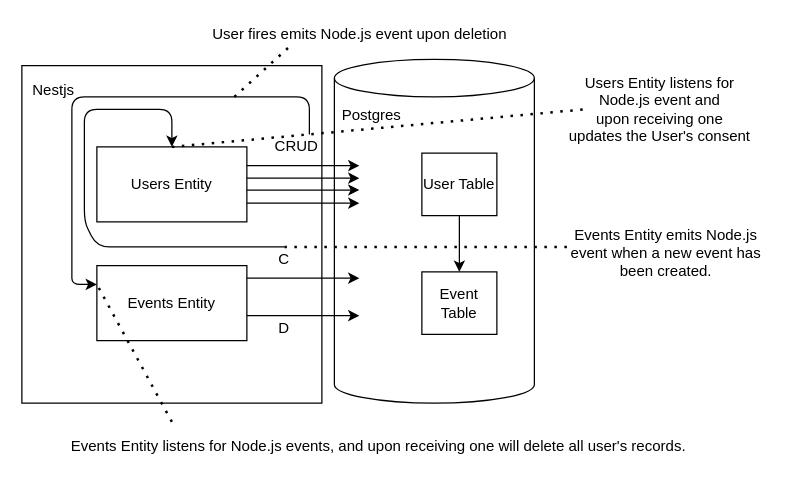
Above: diagrams/system-architecture.drawio in davidmaceachern/consents-api (draw.io), before the change. Source tidied: cells renumbered, new cells numbered last; positions are measured from the earlier drawing's top-left corner, leaving out a move shared by most shapes. Both pictures are drawn from the tidied source at 125%, with x=0, y=0 at pixel (21, 21).
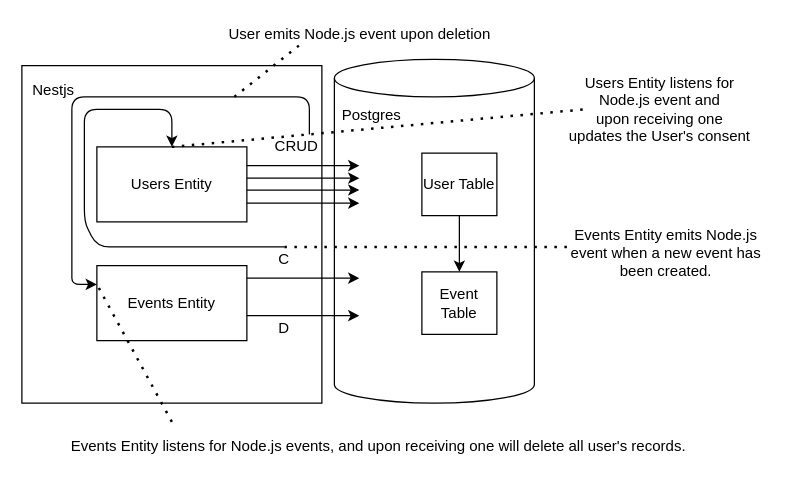
The same diagram, later.

The edit, as a diff of the source:
```diff
@@
-    <mxCell id="22" value="User fires emits Node.js event upon deletion" style="text;html=1;align=center;verticalAlign=middle;points=[];" parent="1" vertex="1">
-      <mxGeometry x="145" width="250" height="20" as="geometry" />
+    <mxCell id="22" value="User emits Node.js event upon deletion" style="text;html=1;align=center;verticalAlign=middle;points=[];" parent="1" vertex="1">
+      <mxGeometry x="160" width="220" height="20" as="geometry" />
     </mxCell>
```
